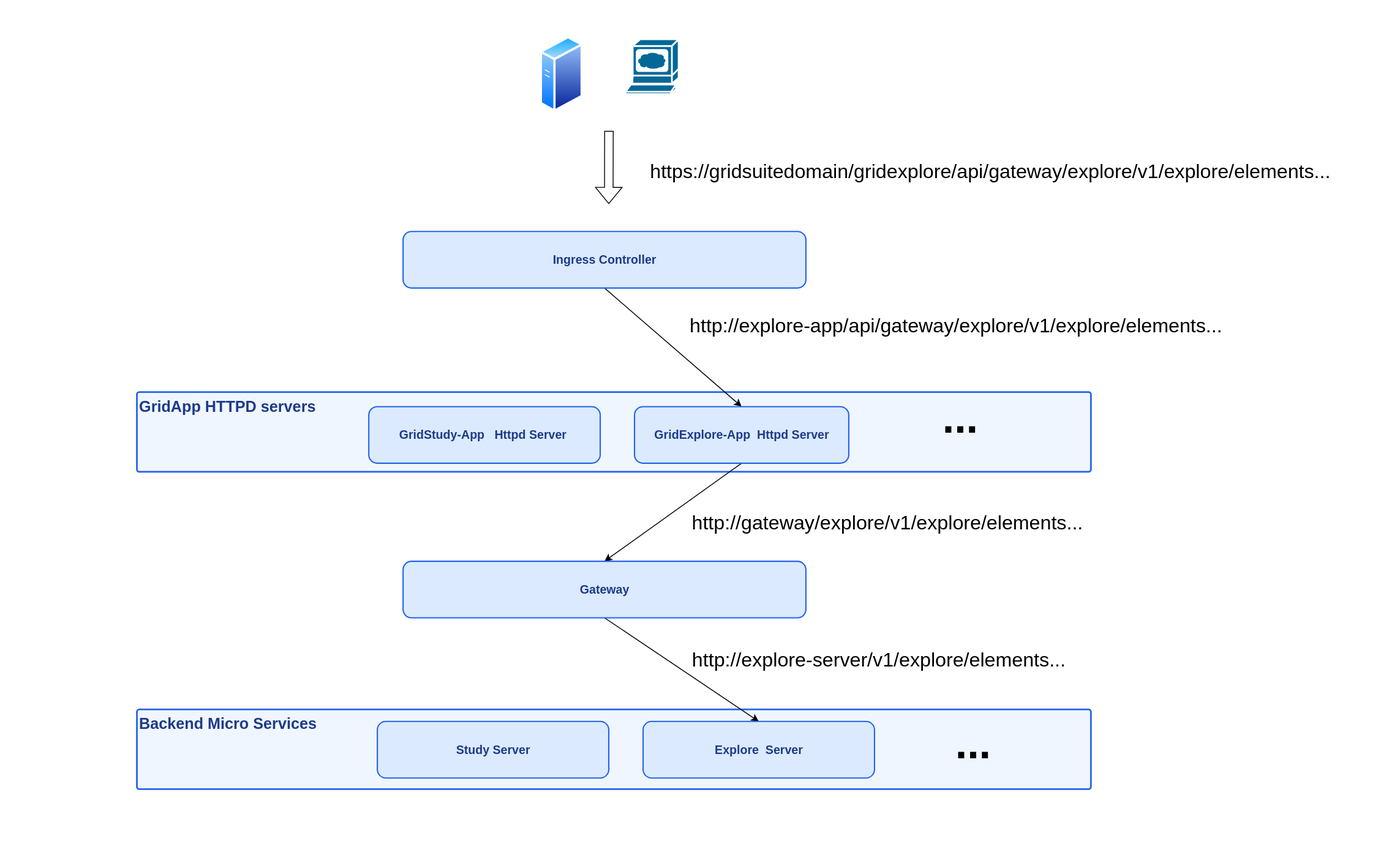
Earlier version of the draw.io export architecture/diagrams/RequestRoutingExample.drawio.svg (gridsuite/documentation). Source tidied: cells renumbered, new cells last; positions are measured from the earlier drawing's top-left corner, leaving out a move shared by most shapes.
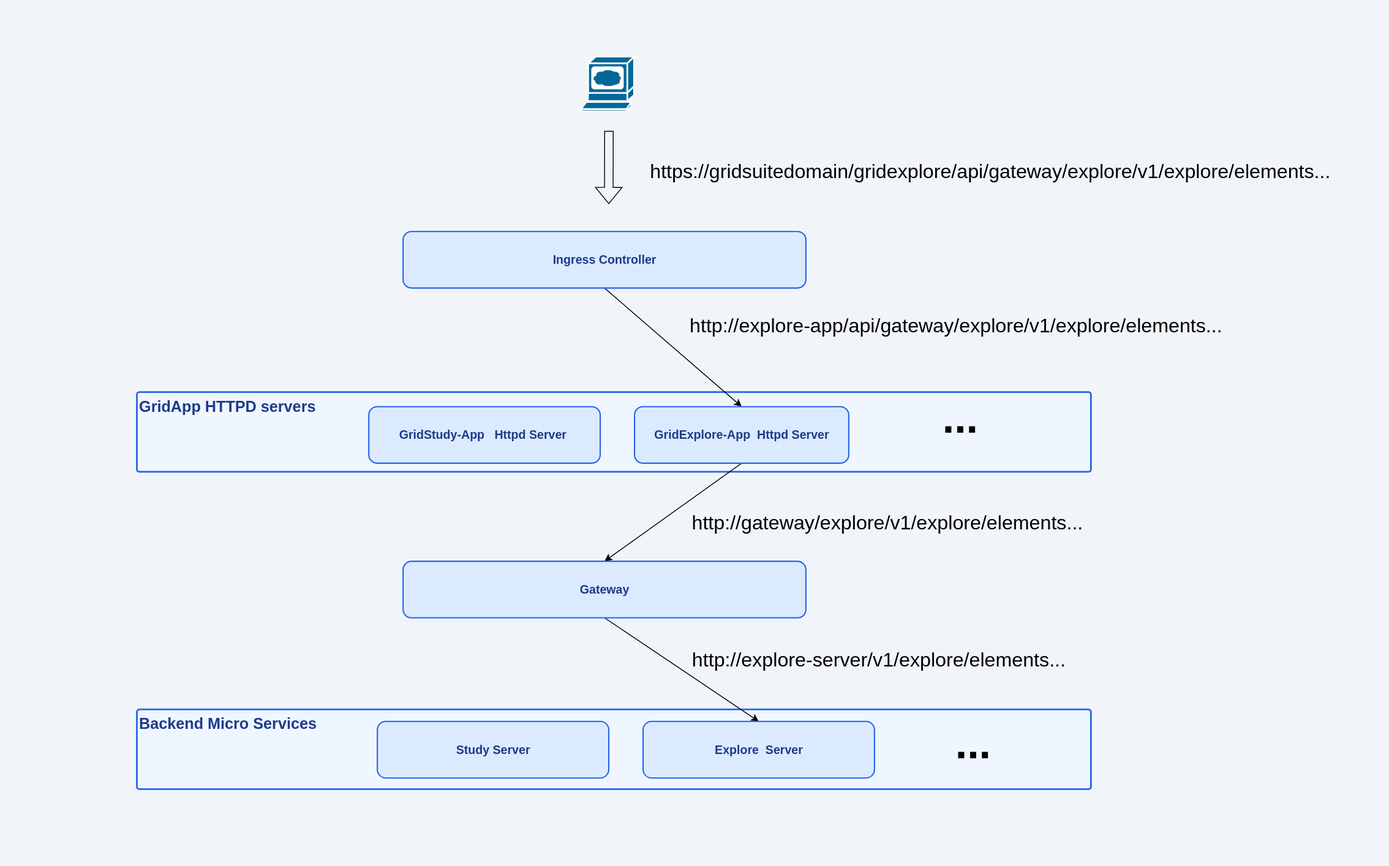
Later version of the same file.

Commit message:
Add the request routing for external application API calls (#60)

Diff of the diagram source:
```diff
@@ -45,11 +45,8 @@
       <mxGeometry x="1075" y="836.8" width="120" height="60" as="geometry" />
     </mxCell>
     <mxCell id="16" style="sketch=0;html=1;dashed=0;fillColor=#036897;strokeColor=#ffffff;strokeWidth=2;verticalLabelPosition=bottom;verticalAlign=top;align=center;shape=mxgraph.cisco.computers_and_peripherals.web_browser;" parent="1" vertex="1">
-      <mxGeometry x="730" y="45.8" width="62" height="64" as="geometry" />
+      <mxGeometry x="678" y="66" width="62" height="64" as="geometry" />
     </mxCell>
-    <mxCell id="17" style="image;perimeter=ellipsePerimeter;html=1;align=center;shadow=0;dashed=0;spacingTop=3;image=img/lib/active_directory/generic_server.svg;" parent="1" vertex="1">
-      <mxGeometry x="630" y="41.5" width="50.1" height="89.5" as="geometry" />
-    </mxCell>
     <mxCell id="18" style="shape=flexArrow;endArrow=classic;html=1;rounded=0;" parent="1" edge="1">
       <mxGeometry relative="1" as="geometry">
         <mxPoint x="710.2" y="152.2" as="sourcePoint" />
```
